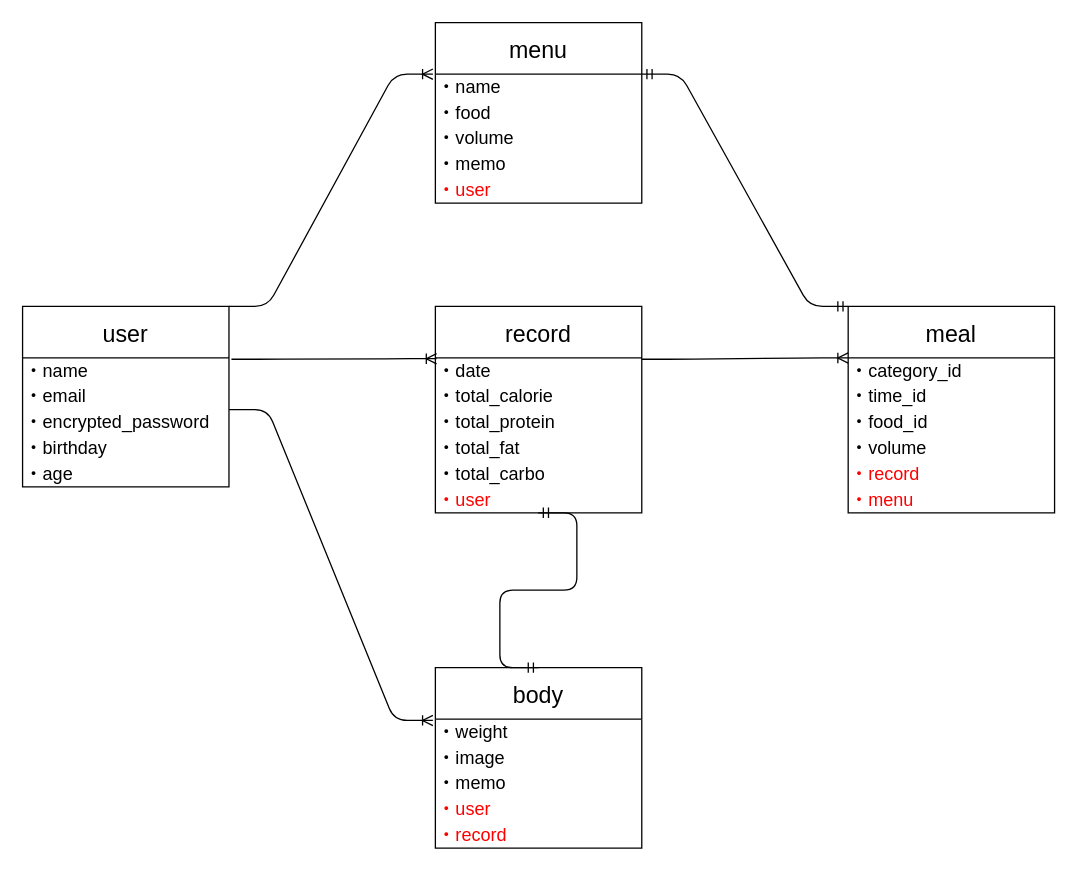
Above: Draw.io/ER.dio in YamAtsu16/DietApp (draw.io), before the change. Source tidied: cells renumbered, new cells numbered last; positions are measured from the earlier drawing's top-left corner, leaving out a move shared by most shapes. Both pictures are drawn from the tidied source at 129%, with x=0, y=0 at pixel (22, 22).
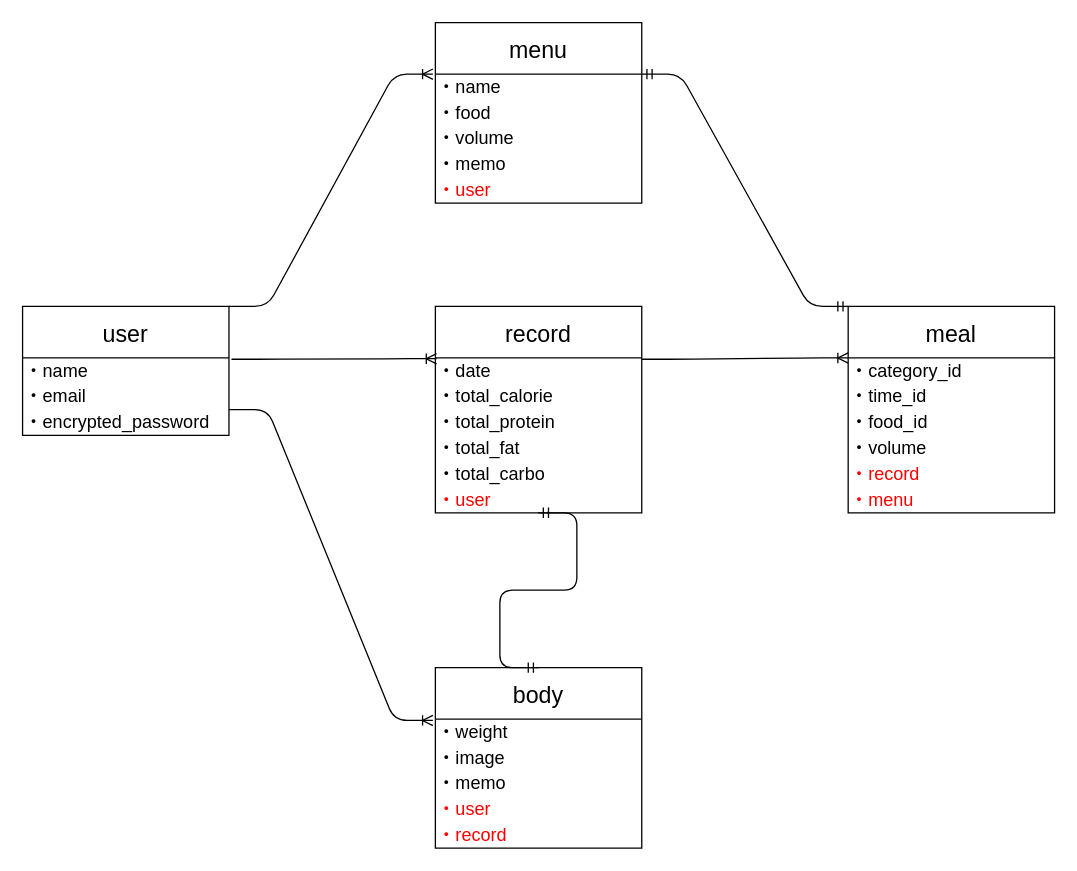
The same page after the edit.

Change to the diagram source:
```diff
@@
     <mxCell id="2" value="user" style="swimlane;fontStyle=0;horizontal=1;startSize=40;align=center;fontSize=18;fillColor=none;" parent="1" vertex="1">
-      <mxGeometry y="220" width="160" height="140" as="geometry" />
+      <mxGeometry y="220" width="160" height="100" as="geometry" />
     </mxCell>
@@
-    <mxCell id="6" value="・birthday" style="text;html=1;align=left;verticalAlign=middle;strokeColor=none;fillColor=none;fontSize=14;" parent="2" vertex="1">
-      <mxGeometry y="100" width="160" height="20" as="geometry" />
-    </mxCell>
-    <mxCell id="7" value="・age" style="text;html=1;align=left;verticalAlign=middle;strokeColor=none;fillColor=none;fontSize=14;" parent="2" vertex="1">
-      <mxGeometry y="120" width="160" height="20" as="geometry" />
-    </mxCell>
```
